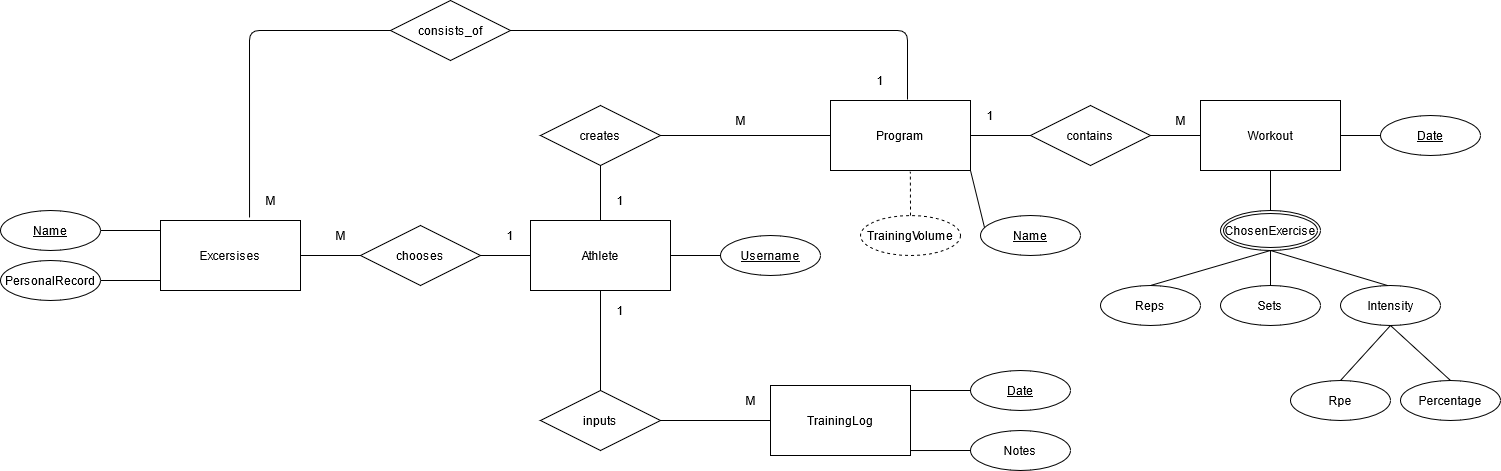
Above: images/er_diagram.png in NoorAsim99/fitness-app (draw.io), before the change. Source tidied: cells renumbered, new cells last; positions are measured from the earlier drawing's top-left corner, leaving out a move shared by most shapes.
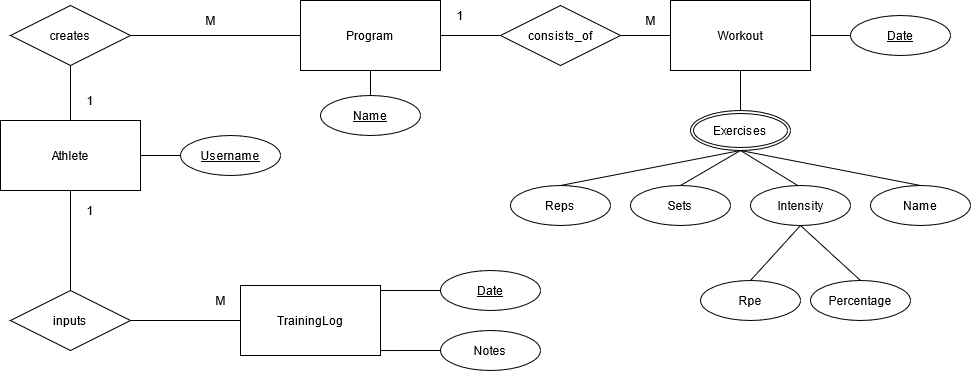
After the commit.

What changed in the source:
```diff
@@ -8,9 +8,6 @@
     <mxCell id="3" value="Program" style="whiteSpace=wrap;html=1;align=center;" parent="1" vertex="1">
       <mxGeometry x="830" y="100" width="140" height="70" as="geometry" />
     </mxCell>
-    <mxCell id="4" value="Excersises" style="whiteSpace=wrap;html=1;align=center;" parent="1" vertex="1">
-      <mxGeometry x="160" y="220" width="140" height="70" as="geometry" />
-    </mxCell>
     <mxCell id="5" value="TrainingLog" style="whiteSpace=wrap;html=1;align=center;" parent="1" vertex="1">
       <mxGeometry x="770" y="385" width="140" height="70" as="geometry" />
     </mxCell>
@@ -44,84 +41,30 @@
     <mxCell id="15" value="M" style="text;html=1;strokeColor=none;fillColor=none;align=center;verticalAlign=middle;whiteSpace=wrap;rounded=0;" parent="1" vertex="1">
       <mxGeometry x="730" y="390" width="40" height="20" as="geometry" />
     </mxCell>
-    <mxCell id="16" value="chooses" style="shape=rhombus;perimeter=rhombusPerimeter;whiteSpace=wrap;html=1;align=center;" parent="1" vertex="1">
-      <mxGeometry x="360" y="225" width="120" height="60" as="geometry" />
-    </mxCell>
-    <mxCell id="17" style="endArrow=none;html=1;entryX=0;entryY=0.5;entryDx=0;entryDy=0;exitX=1;exitY=0.5;exitDx=0;exitDy=0;" parent="1" edge="1" source="16" target="2">
-      <mxGeometry relative="1" as="geometry" />
-    </mxCell>
-    <mxCell id="18" style="endArrow=none;html=1;entryX=0;entryY=0.5;entryDx=0;entryDy=0;exitX=1;exitY=0.5;exitDx=0;exitDy=0;" parent="1" edge="1" source="4" target="16">
-      <mxGeometry relative="1" as="geometry" />
-    </mxCell>
-    <mxCell id="19" value="PersonalRecord" style="ellipse;whiteSpace=wrap;html=1;align=center;" parent="1" vertex="1">
-      <mxGeometry y="260" width="100" height="40" as="geometry" />
-    </mxCell>
-    <mxCell id="20" value="Name" style="ellipse;whiteSpace=wrap;html=1;align=center;fontStyle=4;" parent="1" vertex="1">
-      <mxGeometry y="210" width="100" height="40" as="geometry" />
-    </mxCell>
     <mxCell id="21" value="Username" style="ellipse;whiteSpace=wrap;html=1;align=center;fontStyle=4;" parent="1" vertex="1">
-      <mxGeometry x="720" y="235" width="100" height="40" as="geometry" />
+      <mxGeometry x="710" y="235" width="100" height="40" as="geometry" />
     </mxCell>
     <mxCell id="22" style="endArrow=none;html=1;entryX=0;entryY=0.5;entryDx=0;entryDy=0;exitX=1;exitY=0.5;exitDx=0;exitDy=0;" parent="1" edge="1" source="2" target="21">
       <mxGeometry relative="1" as="geometry" />
     </mxCell>
-    <mxCell id="23" style="endArrow=none;html=1;entryX=1;entryY=0.5;entryDx=0;entryDy=0;" parent="1" edge="1" target="20">
-      <mxGeometry relative="1" as="geometry">
-        <mxPoint x="160" y="230" as="sourcePoint" />
-      </mxGeometry>
-    </mxCell>
-    <mxCell id="24" style="endArrow=none;html=1;entryX=1;entryY=0.5;entryDx=0;entryDy=0;" parent="1" edge="1" target="19">
-      <mxGeometry relative="1" as="geometry">
-        <mxPoint x="160" y="280" as="sourcePoint" />
-      </mxGeometry>
-    </mxCell>
-    <mxCell id="25" value="consists_of" style="shape=rhombus;perimeter=rhombusPerimeter;whiteSpace=wrap;html=1;align=center;" parent="1" vertex="1">
-      <mxGeometry x="390" width="120" height="60" as="geometry" />
-    </mxCell>
-    <mxCell id="26" style="endArrow=none;html=1;entryX=1;entryY=0.5;entryDx=0;entryDy=0;exitX=0.55;exitY=-0.014;exitDx=0;exitDy=0;exitPerimeter=0;" parent="1" edge="1" source="3" target="25">
-      <mxGeometry relative="1" as="geometry">
-        <Array as="points">
-          <mxPoint x="907" y="30" />
-        </Array>
-      </mxGeometry>
-    </mxCell>
-    <mxCell id="27" style="endArrow=none;html=1;entryX=0;entryY=0.5;entryDx=0;entryDy=0;exitX=0.636;exitY=-0.043;exitDx=0;exitDy=0;exitPerimeter=0;" parent="1" edge="1" source="4" target="25">
-      <mxGeometry relative="1" as="geometry">
-        <Array as="points">
-          <mxPoint x="249" y="30" />
-        </Array>
-      </mxGeometry>
-    </mxCell>
-    <mxCell id="28" value="1" style="text;html=1;strokeColor=none;fillColor=none;align=center;verticalAlign=middle;whiteSpace=wrap;rounded=0;" parent="1" vertex="1">
-      <mxGeometry x="860" y="70" width="40" height="20" as="geometry" />
-    </mxCell>
-    <mxCell id="29" value="M" style="text;html=1;strokeColor=none;fillColor=none;align=center;verticalAlign=middle;whiteSpace=wrap;rounded=0;" parent="1" vertex="1">
-      <mxGeometry x="250" y="190" width="40" height="20" as="geometry" />
-    </mxCell>
     <mxCell id="30" value="Rpe" style="ellipse;whiteSpace=wrap;html=1;align=center;" parent="1" vertex="1">
-      <mxGeometry x="1290" y="380" width="100" height="40" as="geometry" />
+      <mxGeometry x="1230" y="380" width="100" height="40" as="geometry" />
     </mxCell>
     <mxCell id="31" value="Date" style="ellipse;whiteSpace=wrap;html=1;align=center;fontStyle=4;" parent="1" vertex="1">
       <mxGeometry x="970" y="370" width="100" height="40" as="geometry" />
     </mxCell>
-    <mxCell id="32" value="TrainingVolume" style="ellipse;whiteSpace=wrap;html=1;align=center;dashed=1;" parent="1" vertex="1">
-      <mxGeometry x="860" y="215" width="100" height="40" as="geometry" />
-    </mxCell>
     <mxCell id="33" value="Sets" style="ellipse;whiteSpace=wrap;html=1;align=center;" parent="1" vertex="1">
-      <mxGeometry x="1220" y="285" width="100" height="40" as="geometry" />
+      <mxGeometry x="1160" y="285" width="100" height="40" as="geometry" />
     </mxCell>
     <mxCell id="34" value="Reps" style="ellipse;whiteSpace=wrap;html=1;align=center;" parent="1" vertex="1">
-      <mxGeometry x="1100" y="285" width="100" height="40" as="geometry" />
+      <mxGeometry x="1040" y="285" width="100" height="40" as="geometry" />
     </mxCell>
     <mxCell id="35" value="Name" style="ellipse;whiteSpace=wrap;html=1;align=center;fontStyle=4;" parent="1" vertex="1">
-      <mxGeometry x="980" y="215" width="100" height="40" as="geometry" />
+      <mxGeometry x="850" y="195" width="100" height="40" as="geometry" />
     </mxCell>
-    <mxCell id="36" style="endArrow=none;html=1;entryX=0.04;entryY=0.3;entryDx=0;entryDy=0;exitX=1;exitY=1;exitDx=0;exitDy=0;entryPerimeter=0;" parent="1" edge="1" source="3" target="35">
+    <mxCell id="36" style="endArrow=none;html=1;entryX=0.5;entryY=0;entryDx=0;entryDy=0;exitX=0.5;exitY=1;exitDx=0;exitDy=0;" parent="1" edge="1" source="3" target="35">
       <mxGeometry relative="1" as="geometry" />
     </mxCell>
-    <mxCell id="37" style="endArrow=none;dashed=1;html=1;exitX=0.5;exitY=0;exitDx=0;exitDy=0;entryX=0.57;entryY=1.016;entryDx=0;entryDy=0;entryPerimeter=0;" parent="1" edge="1" source="32" target="3">
-      <mxGeometry relative="1" as="geometry" />
-    </mxCell>
     <mxCell id="38" style="endArrow=none;html=1;entryX=0;entryY=0.5;entryDx=0;entryDy=0;" parent="1" edge="1" target="31">
       <mxGeometry relative="1" as="geometry">
         <mxPoint x="910" y="390" as="sourcePoint" />
@@ -133,22 +76,16 @@
     <mxCell id="40" style="endArrow=none;html=1;entryX=0;entryY=0.5;entryDx=0;entryDy=0;exitX=1;exitY=0.929;exitDx=0;exitDy=0;exitPerimeter=0;" parent="1" edge="1" source="5" target="39">
       <mxGeometry relative="1" as="geometry" />
     </mxCell>
-    <mxCell id="41" value="1" style="text;html=1;strokeColor=none;fillColor=none;align=center;verticalAlign=middle;whiteSpace=wrap;rounded=0;" parent="1" vertex="1">
-      <mxGeometry x="490" y="225" width="40" height="20" as="geometry" />
-    </mxCell>
-    <mxCell id="42" value="M" style="text;html=1;strokeColor=none;fillColor=none;align=center;verticalAlign=middle;whiteSpace=wrap;rounded=0;" parent="1" vertex="1">
-      <mxGeometry x="320" y="225" width="40" height="20" as="geometry" />
-    </mxCell>
     <mxCell id="43" value="Intensity" style="ellipse;whiteSpace=wrap;html=1;align=center;" parent="1" vertex="1">
-      <mxGeometry x="1340" y="285" width="100" height="40" as="geometry" />
+      <mxGeometry x="1280" y="285" width="100" height="40" as="geometry" />
     </mxCell>
     <mxCell id="44" value="Percentage" style="ellipse;whiteSpace=wrap;html=1;align=center;" parent="1" vertex="1">
-      <mxGeometry x="1400" y="380" width="100" height="40" as="geometry" />
+      <mxGeometry x="1340" y="380" width="100" height="40" as="geometry" />
     </mxCell>
     <mxCell id="45" value="Workout" style="whiteSpace=wrap;html=1;align=center;" parent="1" vertex="1">
       <mxGeometry x="1200" y="100" width="140" height="70" as="geometry" />
     </mxCell>
-    <mxCell id="46" value="contains" style="shape=rhombus;perimeter=rhombusPerimeter;whiteSpace=wrap;html=1;align=center;" parent="1" vertex="1">
+    <mxCell id="46" value="consists_of" style="shape=rhombus;perimeter=rhombusPerimeter;whiteSpace=wrap;html=1;align=center;" parent="1" vertex="1">
       <mxGeometry x="1030" y="105" width="120" height="60" as="geometry" />
     </mxCell>
     <mxCell id="47" style="endArrow=none;html=1;entryX=0;entryY=0.5;entryDx=0;entryDy=0;exitX=1;exitY=0.5;exitDx=0;exitDy=0;" parent="1" edge="1" source="3" target="46">
@@ -157,7 +94,7 @@
     <mxCell id="48" style="endArrow=none;html=1;entryX=1;entryY=0.5;entryDx=0;entryDy=0;exitX=0;exitY=0.5;exitDx=0;exitDy=0;" parent="1" edge="1" source="45" target="46">
       <mxGeometry relative="1" as="geometry" />
     </mxCell>
-    <mxCell id="49" value="ChosenExercise" style="ellipse;shape=doubleEllipse;margin=3;whiteSpace=wrap;html=1;align=center;" parent="1" vertex="1">
+    <mxCell id="49" value="Exercises" style="ellipse;shape=doubleEllipse;margin=3;whiteSpace=wrap;html=1;align=center;" parent="1" vertex="1">
       <mxGeometry x="1220" y="210" width="100" height="40" as="geometry" />
     </mxCell>
     <mxCell id="50" style="endArrow=none;html=1;entryX=0.5;entryY=1;entryDx=0;entryDy=0;exitX=0.5;exitY=0;exitDx=0;exitDy=0;" parent="1" edge="1" source="49" target="45">
@@ -192,5 +129,11 @@
     <mxCell id="59" style="endArrow=none;html=1;entryX=0;entryY=0.5;entryDx=0;entryDy=0;exitX=1;exitY=0.5;exitDx=0;exitDy=0;" parent="1" edge="1" source="45" target="58">
       <mxGeometry relative="1" as="geometry" />
     </mxCell>
+    <mxCell id="20" value="Name" style="ellipse;whiteSpace=wrap;html=1;align=center;" parent="1" vertex="1">
+      <mxGeometry x="1400" y="285" width="100" height="40" as="geometry" />
+    </mxCell>
+    <mxCell id="60" style="endArrow=none;html=1;exitX=0.5;exitY=0;exitDx=0;exitDy=0;entryX=0.5;entryY=1;entryDx=0;entryDy=0;" parent="1" edge="1" source="20" target="49">
+      <mxGeometry relative="1" as="geometry" />
+    </mxCell>
   </root>
 </mxGraphModel>
```
